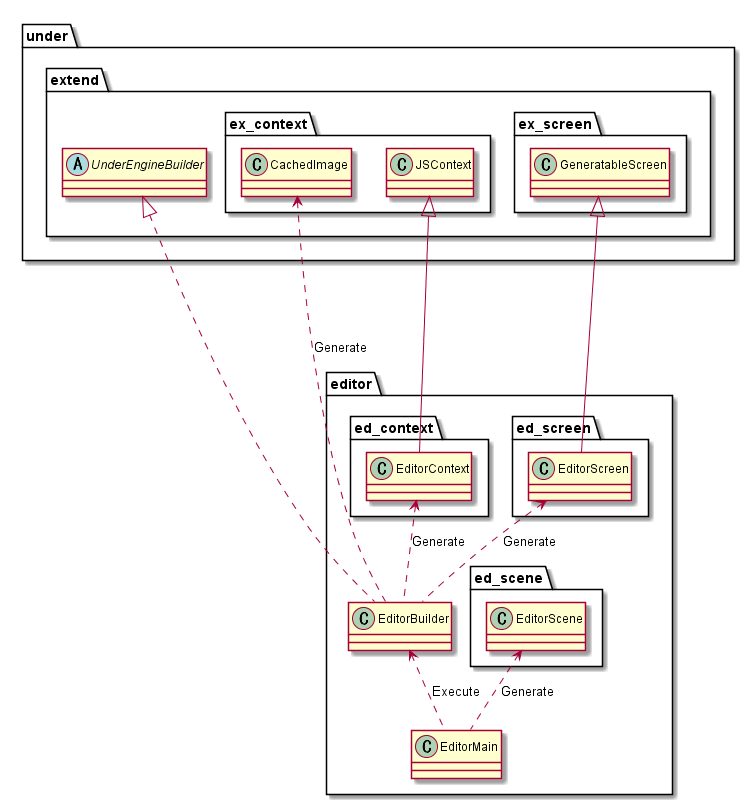
Above: out/uml/editor/GameBase/EditorGameBase.png in Expine/Under (PlantUML), before the change.
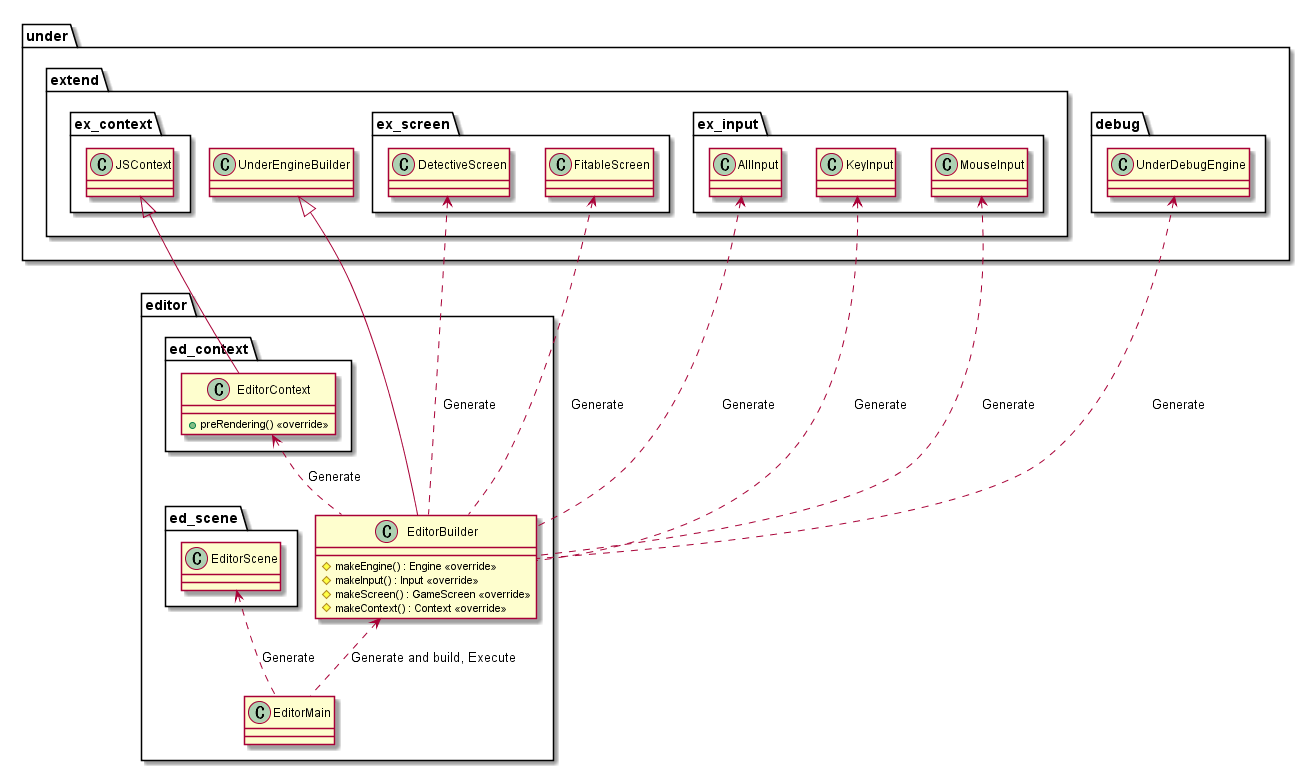
The same diagram one commit later.

Commit message:
Fix editor gamebase

Change to the diagram source:
```diff
@@ -2,27 +2,38 @@
 
 package editor {
     class EditorMain
-    class EditorBuilder
+    class EditorBuilder {
+        #makeEngine() : Engine <<override>>
+        #makeInput() : Input <<override>>
+        #makeScreen() : GameScreen <<override>>
+        #makeContext() : Context <<override>>
+    }
 
     package ed_context {
-        class EditorContext
-    }
-
-    package ed_screen {
-        class EditorScreen
+        class EditorContext {
+            +preRendering() <<override>>
+        }
     }
 }
 
 package under {
     package extend {
-        abstract UnderEngineBuilder
+        class UnderEngineBuilder
         package ex_context {
             class JSContext
-            class CachedImage
         }
         package ex_screen {
-            class GeneratableScreen
+            class DetectiveScreen
+            class FitableScreen
         }
+        package ex_input {
+            class AllInput
+            class KeyInput
+            class MouseInput
+        }
+    }
+    package debug {
+        class UnderDebugEngine
     }
 }
 
@@ -32,14 +43,17 @@
     }
 }
 
-EditorBuilder <.. EditorMain : "Execute"
-EditorScene <.. EditorMain : "Generate"
-EditorScreen <.. EditorBuilder : "Generate"
-EditorContext <.. EditorBuilder : "Generate"
-CachedImage <.. EditorBuilder : "Generate"
+EditorBuilder <.. EditorMain : Generate and build, Execute
+EditorScene <.. EditorMain : Generate
+UnderDebugEngine <.. EditorBuilder : Generate
+DetectiveScreen <.. EditorBuilder : Generate
+FitableScreen <.. EditorBuilder : Generate
+EditorContext <.. EditorBuilder : Generate
+AllInput <.. EditorBuilder : Generate
+KeyInput <.. EditorBuilder : Generate
+MouseInput <.. EditorBuilder : Generate
 
-UnderEngineBuilder <|... EditorBuilder
+UnderEngineBuilder <|--- EditorBuilder
 JSContext <|-- EditorContext
-GeneratableScreen <|--- EditorScreen
 
 @enduml
```
